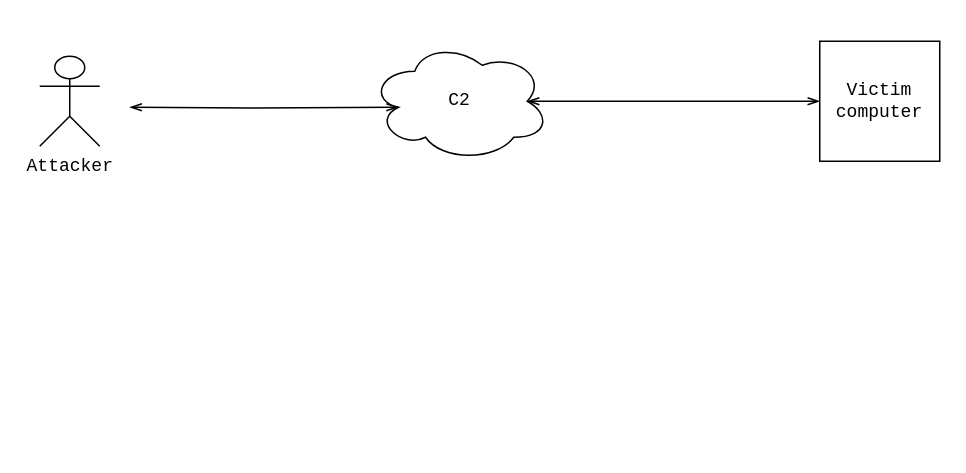
This is architecture.drawio from b3rg01/ModularRat, a draw.io file, before an edit. Source tidied: cells renumbered, new cells numbered last; positions are measured from the earlier drawing's top-left corner, leaving out a move shared by most shapes. Both pictures are drawn from the tidied source at 150%, with x=0, y=0 at pixel (39, 40).
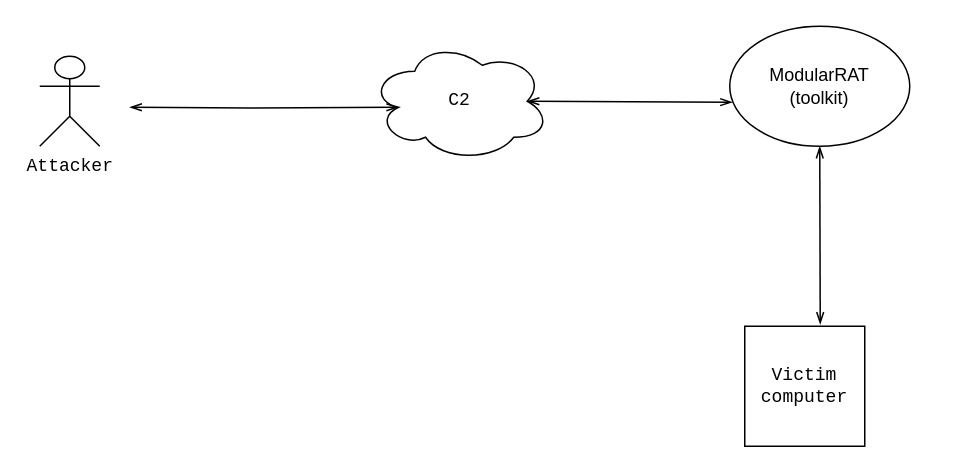
After the change.

Diff of the diagram source:
```diff
@@
 <mxGraphModel>
   <root>
     <mxCell id="0" />
     <mxCell id="1" parent="0" />
     <mxCell id="2" style="edgeStyle=orthogonalEdgeStyle;rounded=0;jettySize=auto;html=1;entryX=0.16;entryY=0.55;entryDx=0;entryDy=0;entryPerimeter=0;endArrow=openThin;endFill=0;startArrow=openThin;startFill=0;" parent="1" edge="1" target="5">
       <mxGeometry relative="1" as="geometry">
         <mxPoint x="60" y="44" as="sourcePoint" />
       </mxGeometry>
     </mxCell>
     <mxCell id="3" value="Attacker" style="shape=umlActor;verticalLabelPosition=bottom;verticalAlign=top;html=1;fontFamily=Courier New;" parent="1" vertex="1">
       <mxGeometry y="10" width="40" height="60" as="geometry" />
     </mxCell>
-    <mxCell id="4" style="edgeStyle=orthogonalEdgeStyle;rounded=0;jettySize=auto;html=1;exitX=0.875;exitY=0.5;exitDx=0;exitDy=0;exitPerimeter=0;entryX=0;entryY=0.5;entryDx=0;entryDy=0;startArrow=openThin;startFill=0;endArrow=openThin;endFill=0;" parent="1" edge="1" source="5" target="6">
-      <mxGeometry relative="1" as="geometry" />
-    </mxCell>
     <mxCell id="5" value="C2" style="ellipse;shape=cloud;whiteSpace=wrap;html=1;fontFamily=Courier New;" parent="1" vertex="1">
       <mxGeometry x="220" width="120" height="80" as="geometry" />
     </mxCell>
     <mxCell id="6" value="Victim&lt;br&gt;computer" style="whiteSpace=wrap;html=1;fontFamily=Courier New;" parent="1" vertex="1">
-      <mxGeometry x="520" width="80" height="80" as="geometry" />
+      <mxGeometry x="470" y="190" width="80" height="80" as="geometry" />
     </mxCell>
+    <mxCell id="7" value="ModularRAT&lt;br&gt;(toolkit)" style="ellipse;whiteSpace=wrap;html=1;" parent="1" vertex="1">
+      <mxGeometry x="460" y="-10" width="120" height="80" as="geometry" />
+    </mxCell>
+    <mxCell id="8" style="endArrow=openThin;html=1;rounded=0;entryX=0.014;entryY=0.633;entryDx=0;entryDy=0;entryPerimeter=0;exitX=0.875;exitY=0.5;exitDx=0;exitDy=0;exitPerimeter=0;startArrow=openThin;startFill=0;endFill=0;" parent="1" edge="1" source="5" target="7">
+      <mxGeometry relative="1" as="geometry" />
+    </mxCell>
+    <mxCell id="9" style="endArrow=openThin;html=1;rounded=0;entryX=0.5;entryY=1;entryDx=0;entryDy=0;exitX=0.629;exitY=-0.017;exitDx=0;exitDy=0;exitPerimeter=0;startArrow=openThin;startFill=0;endFill=0;" parent="1" edge="1" source="6" target="7">
+      <mxGeometry relative="1" as="geometry" />
+    </mxCell>
   </root>
 </mxGraphModel>
```
